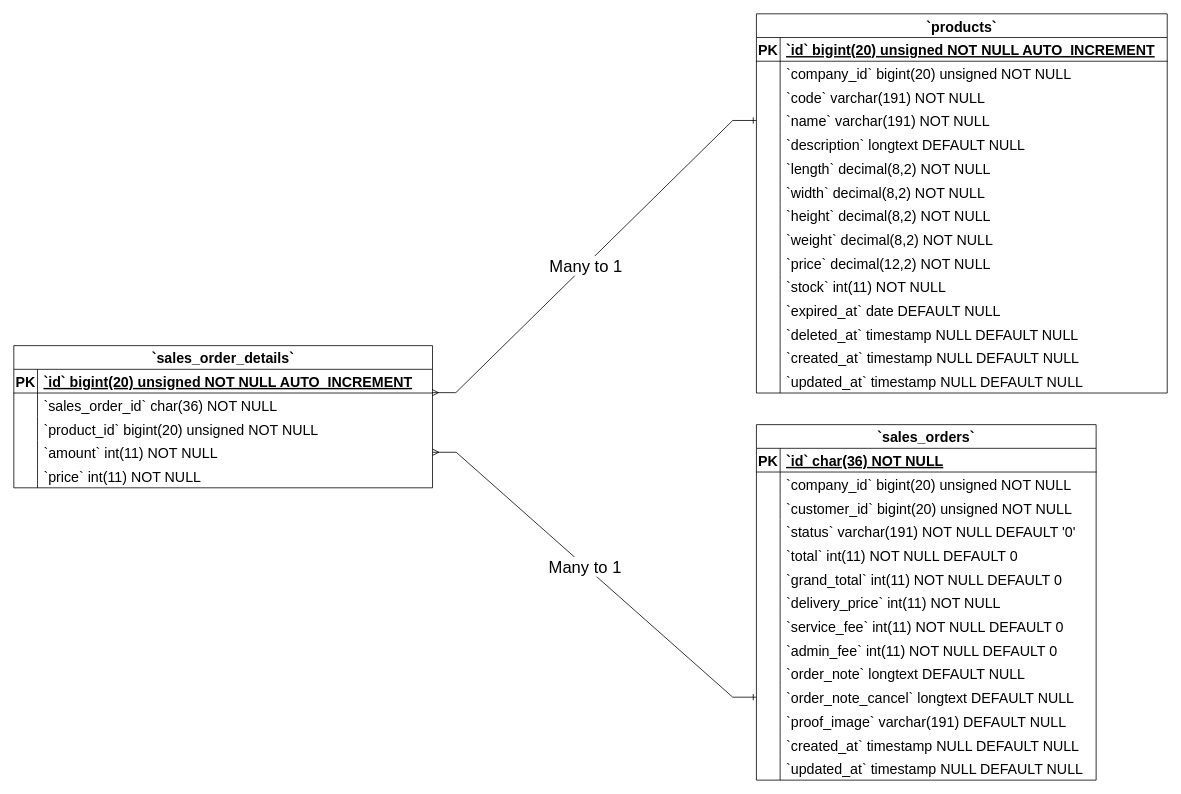
The draw.io diagram Sales Order Details ERD Diagram.drawio in Simasco/diagram, before the edit. Source tidied: cells renumbered, new cells numbered last; positions are measured from the earlier drawing's top-left corner, leaving out a move shared by most shapes. Both pictures are drawn from the tidied source at 79%, with x=0, y=0 at pixel (13, 13).
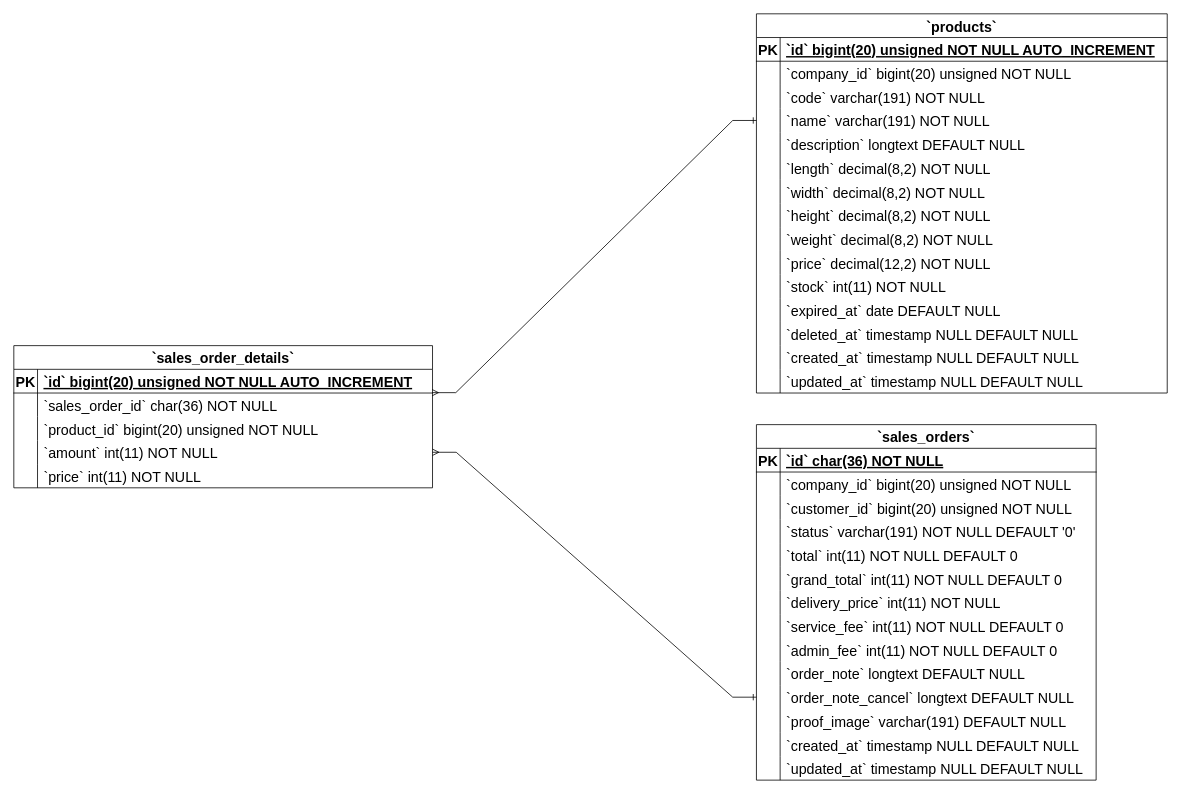
The same diagram, later.

Unchanged cells that the change refers to:
```xml
<mxCell id="107" style="edgeStyle=entityRelationEdgeStyle;fontSize=12;html=1;endArrow=ERmany;rounded=0;entryX=1;entryY=0.5;entryDx=0;entryDy=0;exitX=0;exitY=0.5;exitDx=0;exitDy=0;endFill=0;startArrow=ERone;startFill=0;" parent="1" edge="1" source="95" target="12">
  <mxGeometry relative="1" as="geometry">
    <Array as="points">
      <mxPoint x="1210" y="1300" />
    </Array>
  </mxGeometry>
</mxCell>
<mxCell id="109" style="edgeStyle=entityRelationEdgeStyle;fontSize=12;html=1;endArrow=ERmany;rounded=0;entryX=0.999;entryY=-0.016;entryDx=0;entryDy=0;exitX=0;exitY=0.5;exitDx=0;exitDy=0;entryPerimeter=0;endFill=0;startArrow=ERone;startFill=0;" parent="1" edge="1" source="28" target="6">
  <mxGeometry relative="1" as="geometry">
    <Array as="points">
      <mxPoint x="1220" y="1310" />
    </Array>
  </mxGeometry>
</mxCell>
```

What changed in the source:
```diff
@@
-    <mxCell id="108" value="&lt;font style=&quot;font-size: 21px;&quot;&gt;Many to 1&lt;/font&gt;" style="edgeLabel;html=1;align=center;verticalAlign=middle;" parent="107" vertex="1">
-      <mxGeometry x="0.06" relative="1" as="geometry" />
-    </mxCell>
@@
-    <mxCell id="110" value="&lt;font style=&quot;font-size: 21px;&quot;&gt;Many to 1&lt;/font&gt;" style="edgeLabel;html=1;align=center;verticalAlign=middle;" parent="109" vertex="1">
-      <mxGeometry x="0.06" relative="1" as="geometry" />
-    </mxCell>
```
